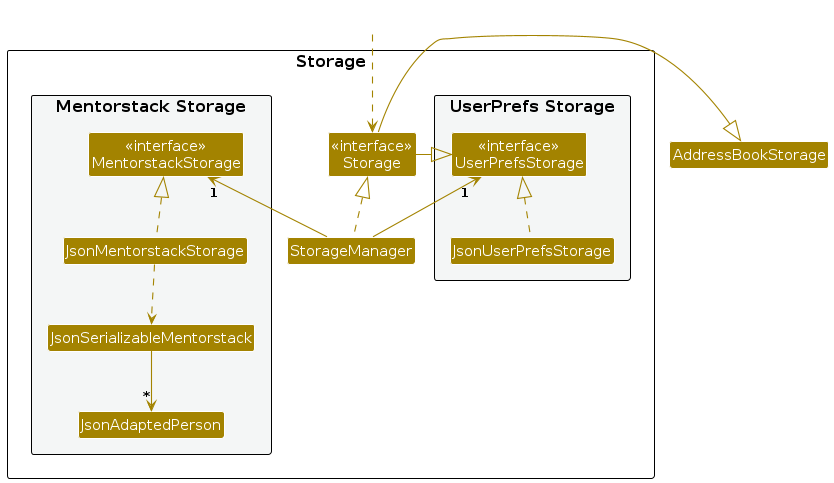
Above: diagrams/StorageClassDiagram.png in AY2425S2-CS2103-W11-1/tp (PlantUML), before the change. Its source is kept beside it as diagrams/StorageClassDiagram.puml.
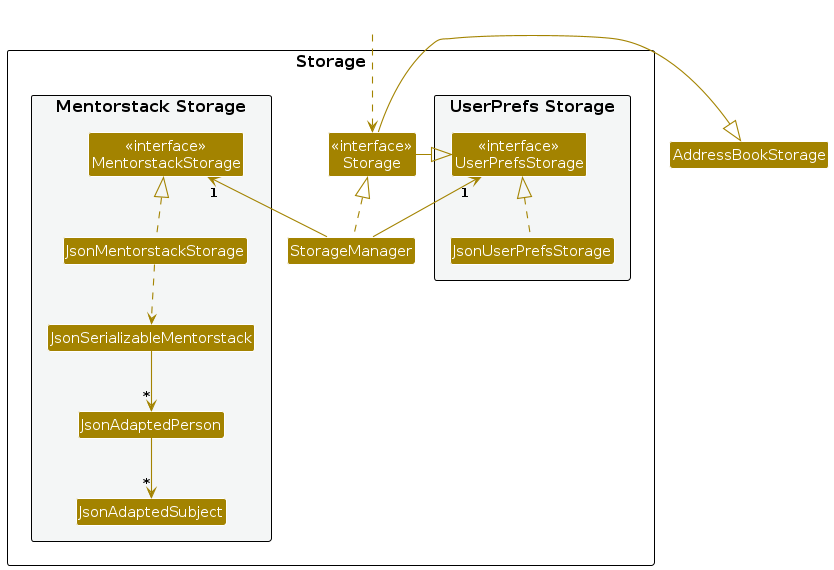
Later version of the same file.

What changed in the source:
```diff
@@ -19,6 +19,7 @@
 Class JsonMentorstackStorage
 Class JsonSerializableMentorstack
 Class JsonAdaptedPerson
+Class JsonAdaptedSubject
 }
 
 }
@@ -37,5 +38,6 @@
 JsonMentorstackStorage .up.|> MentorstackStorage
 JsonMentorstackStorage ..> JsonSerializableMentorstack
 JsonSerializableMentorstack --> "*" JsonAdaptedPerson
+JsonAdaptedPerson --> "*" JsonAdaptedSubject
 
 @enduml
```
